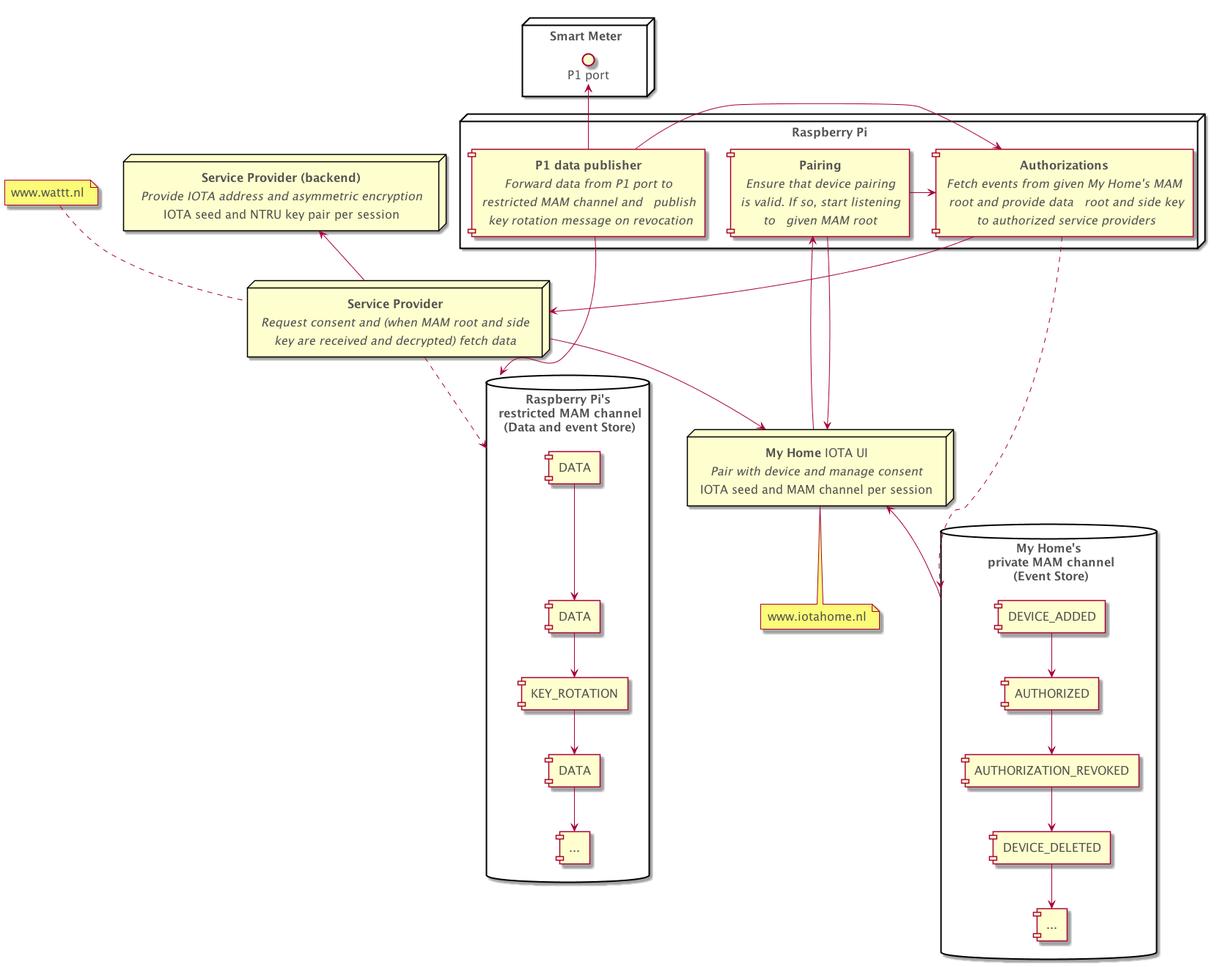
alliander-opensource/decentralized-auth keeps this PlantUML diagram as docs/assets/component-diagram.png. Above is the earlier version.
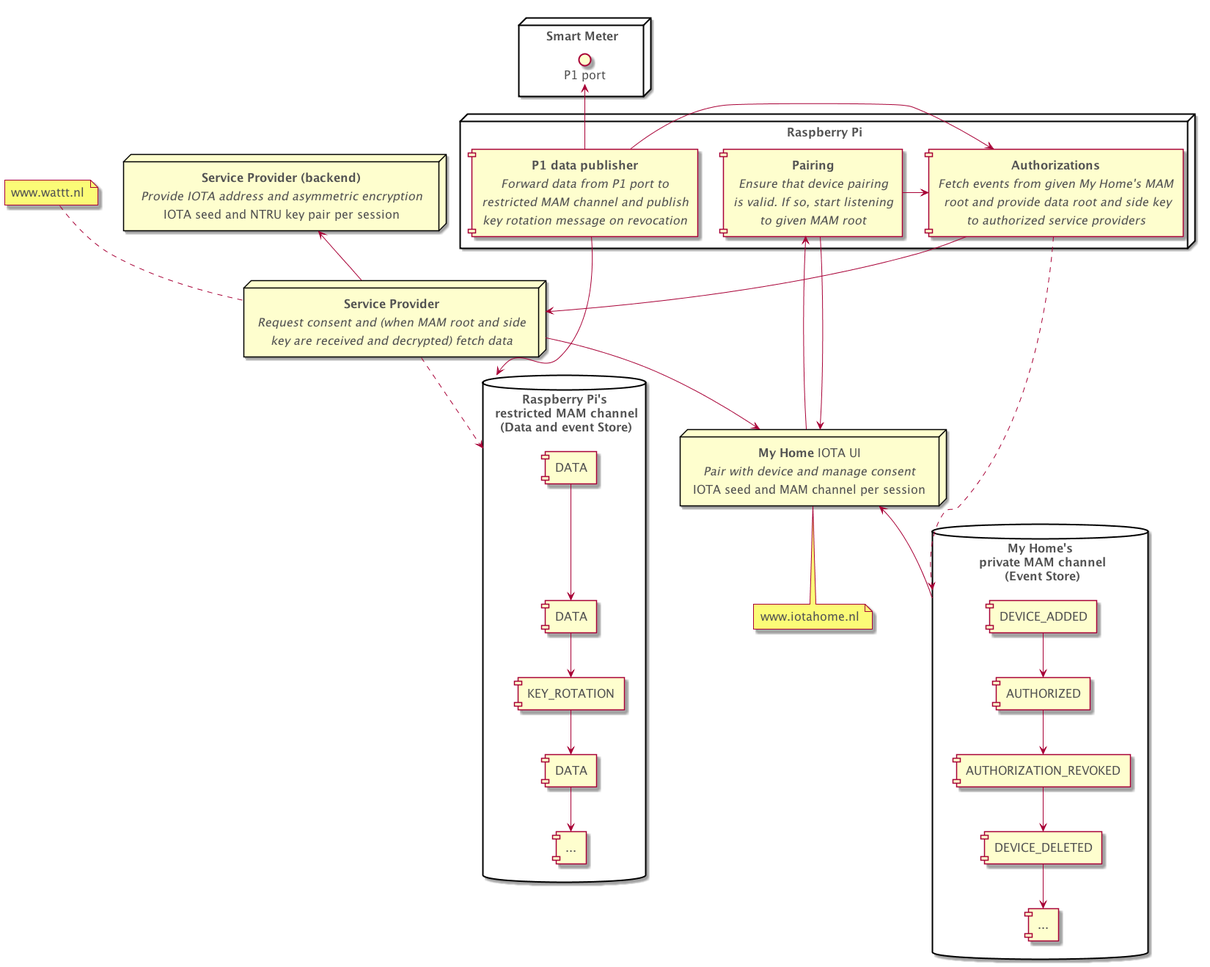
Later version of the same file.

Commit message:
chore: fix spacing in component diagram

Diff of the diagram source:
```diff
@@ -11,9 +11,9 @@
 }
 
 node "**Raspberry Pi**" {
-  [**P1 data publisher**\n//Forward data from P1 port to//\n //restricted MAM channel and   publish//\n// key rotation message on revocation//] as device
-  [**Authorizations**\n//Fetch events from given My Home's MAM//\n// root and provide data   root and side key//\n// to authorized service providers//] as device_auth_module
-  [**Pairing**\n//Ensure that device pairing//\n//is valid. If so, start listening//\n//to   given MAM root//] as device_pairing_module
+  [**P1 data publisher**\n//Forward data from P1 port to//\n//restricted MAM channel and publish//\n//key rotation message on revocation//] as device
+  [**Authorizations**\n//Fetch events from given My Home's MAM//\n// root and provide data root and side key//\n//to authorized service providers//] as device_auth_module
+  [**Pairing**\n//Ensure that device pairing//\n//is valid. If so, start listening//\n//to given MAM root//] as device_pairing_module
   device_auth_module <- device_pairing_module
   device_auth_module <- device
 }
```
